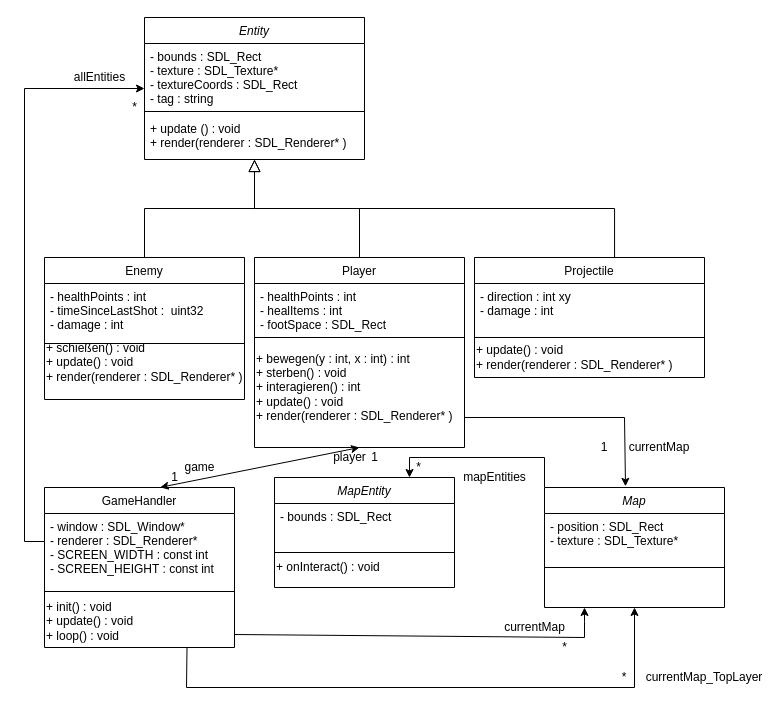
The draw.io diagram findetKevin/FindetKelvin.drawio in Joris-debug/FindetKevin, before the edit. Source tidied: cells renumbered, new cells numbered last; positions are measured from the earlier drawing's top-left corner, leaving out a move shared by most shapes. Both pictures are drawn from the tidied source at 100%, with x=0, y=0 at pixel (24, 17).
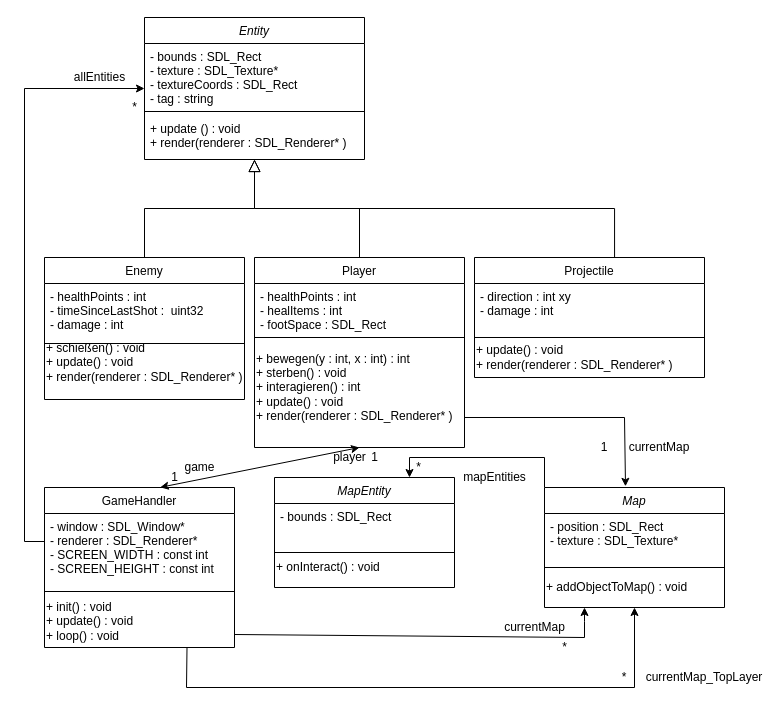
The same diagram, later.

The change refers to these unchanged cells:
```xml
<mxCell id="30" value="Map" style="swimlane;fontStyle=2;align=center;verticalAlign=top;horizontal=1;startSize=26;rounded=0;shadow=0;strokeWidth=1;" parent="1" vertex="1">
  <mxGeometry x="520" y="470" width="180" height="120" as="geometry" />
</mxCell>
```

What changed in the source:
```diff
@@
+    <mxCell id="52" value="+ addObjectToMap() : void" style="text;html=1;strokeColor=none;fillColor=none;align=left;verticalAlign=middle;whiteSpace=wrap;rounded=0;" parent="30" vertex="1">
+      <mxGeometry y="90" width="180" height="20" as="geometry" />
+    </mxCell>
```
